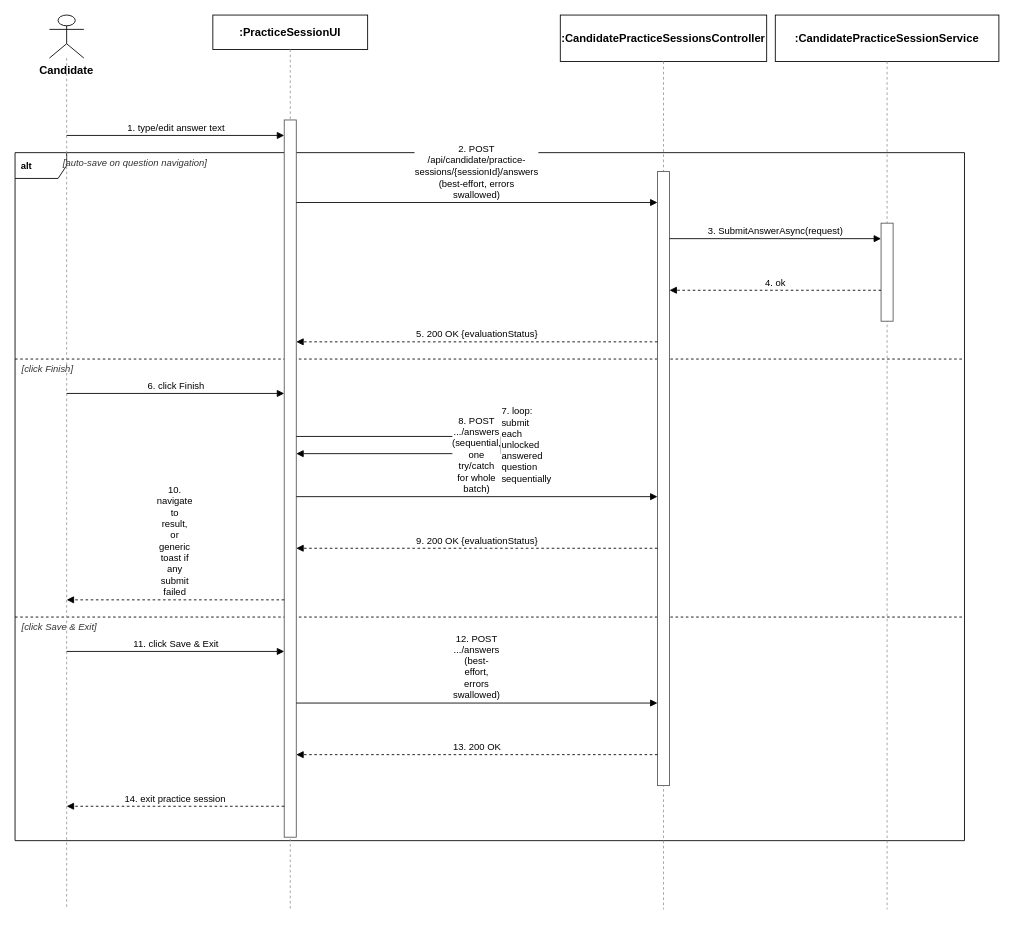
The draw.io diagram docs/qa/sequence-diagrams/Report4_SequenceDiagram_Candidate_AuditLogAndErrorHandling.drawio in tulklk/AI_Interview_Question_Generation_RAG_LLM_FE, before the edit. Source tidied: cells renumbered, new cells numbered last; positions are measured from the earlier drawing's top-left corner, leaving out a move shared by most shapes. Both pictures are drawn from the tidied source at 86%, with x=0, y=0 at pixel (15, 15).
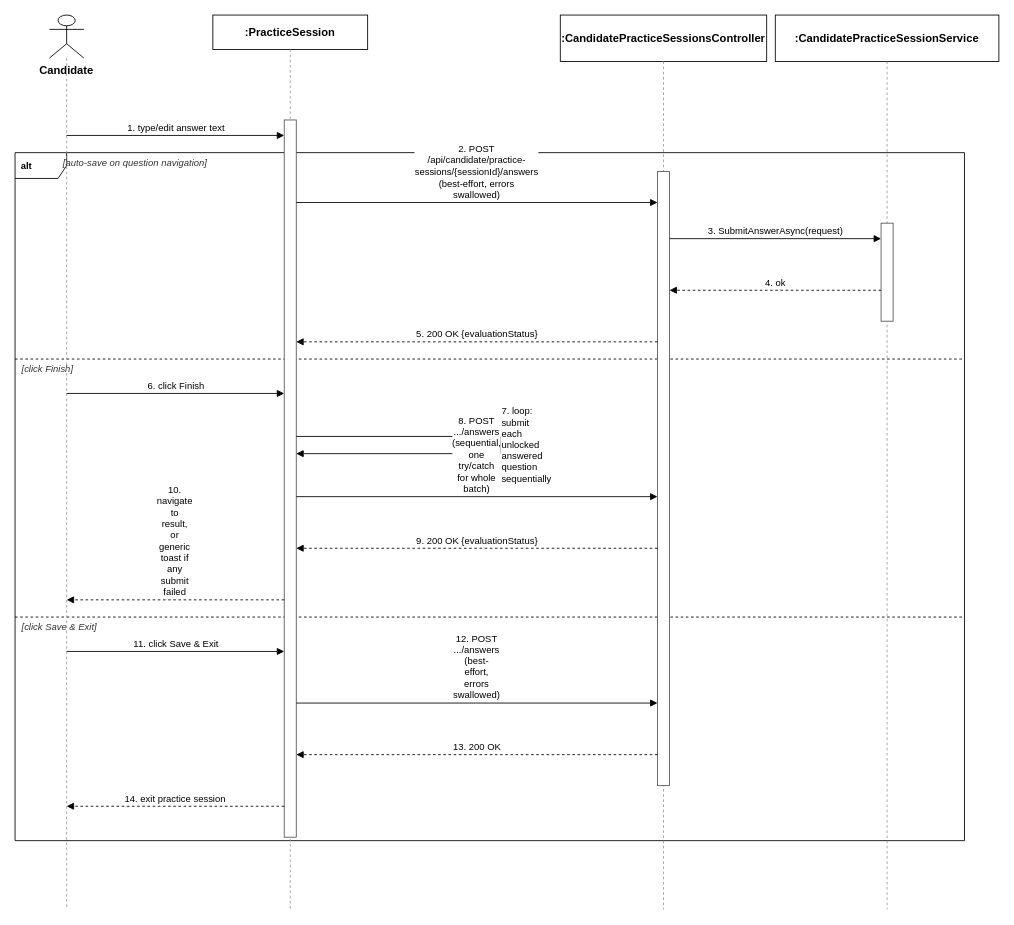
Above is the later version.

Commit message (it also covers changes not shown here):
docs(qa): align sequence diagrams with actual BE/FE code

Change to the diagram source:
```diff
@@
-    <mxCell id="10" value=":PracticeSessionUI" style="rounded=0;whiteSpace=wrap;html=1;fontSize=13;fillColor=#ffffff;strokeColor=#000000;fontStyle=1;" parent="1" vertex="1">
+    <mxCell id="10" value=":PracticeSession" style="rounded=0;whiteSpace=wrap;html=1;fontSize=13;fillColor=#ffffff;strokeColor=#000000;fontStyle=1;" parent="1" vertex="1">
       <mxGeometry x="230" width="180" height="40" as="geometry" />
     </mxCell>
```
